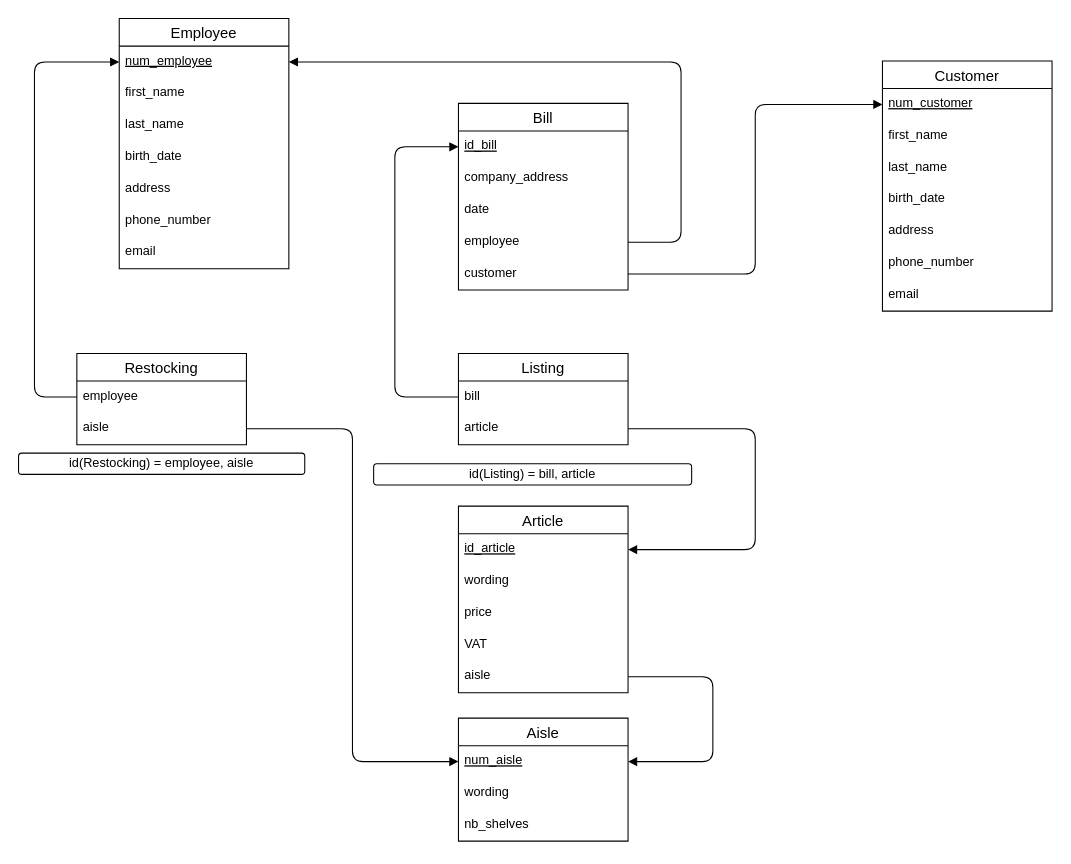
Earlier version of the draw.io diagram schémaLogique.drawio (joachimLejeune/projet-integre-hijo-code-java). Source tidied: cells renumbered, new cells numbered last; positions are measured from the earlier drawing's top-left corner, leaving out a move shared by most shapes. Both pictures are drawn from the tidied source at 106%, with x=0, y=0 at pixel (18, 18).
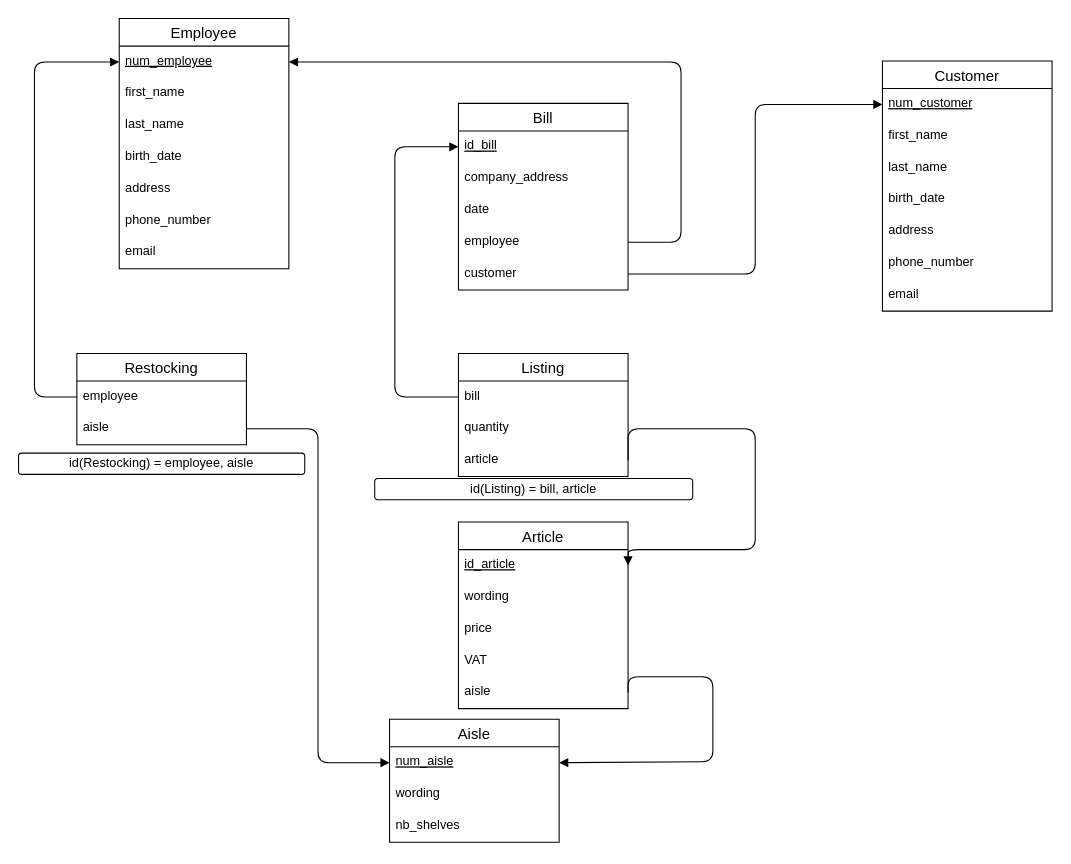
After the change.

Commit message (it also covers changes not shown here):
commit quantity list

What changed in the source:
```diff
@@
     <mxCell id="24" value="Article" style="swimlane;fontStyle=0;horizontal=1;startSize=26;align=center;fontSize=14;" parent="1" vertex="1">
-      <mxGeometry x="415" y="460" width="160" height="176" as="geometry" />
+      <mxGeometry x="415" y="475" width="160" height="176" as="geometry" />
     </mxCell>
@@
     <mxCell id="30" value="Aisle" style="swimlane;fontStyle=0;horizontal=1;startSize=26;align=center;fontSize=14;" parent="1" vertex="1">
-      <mxGeometry x="415" y="660" width="160" height="116" as="geometry" />
+      <mxGeometry x="350" y="661" width="160" height="116" as="geometry" />
     </mxCell>
@@
     <mxCell id="42" value="Listing" style="swimlane;fontStyle=0;horizontal=1;startSize=26;align=center;fontSize=14;" parent="1" vertex="1">
-      <mxGeometry x="415" y="316" width="160" height="86" as="geometry" />
+      <mxGeometry x="415" y="316" width="160" height="116" as="geometry" />
     </mxCell>
@@
+    <mxCell id="49" value="quantity" style="text;strokeColor=none;fillColor=none;spacingLeft=4;spacingRight=4;overflow=hidden;fontSize=12;" parent="42" vertex="1">
+      <mxGeometry y="56" width="160" height="30" as="geometry" />
+    </mxCell>
     <mxCell id="44" value="article" style="text;strokeColor=none;fillColor=none;spacingLeft=4;spacingRight=4;overflow=hidden;points=[[0,0.5],[1,0.5]];portConstraint=eastwest;fontSize=12;" parent="42" vertex="1">
-      <mxGeometry y="56" width="160" height="30" as="geometry" />
+      <mxGeometry y="86" width="160" height="30" as="geometry" />
     </mxCell>
     <mxCell id="45" value="id(Listing) = bill, article" style="shape=ext;rounded=1;html=1;whiteSpace=wrap;" parent="1" vertex="1">
-      <mxGeometry x="335" y="420" width="300" height="20" as="geometry" />
+      <mxGeometry x="336" y="434" width="300" height="20" as="geometry" />
     </mxCell>
```
